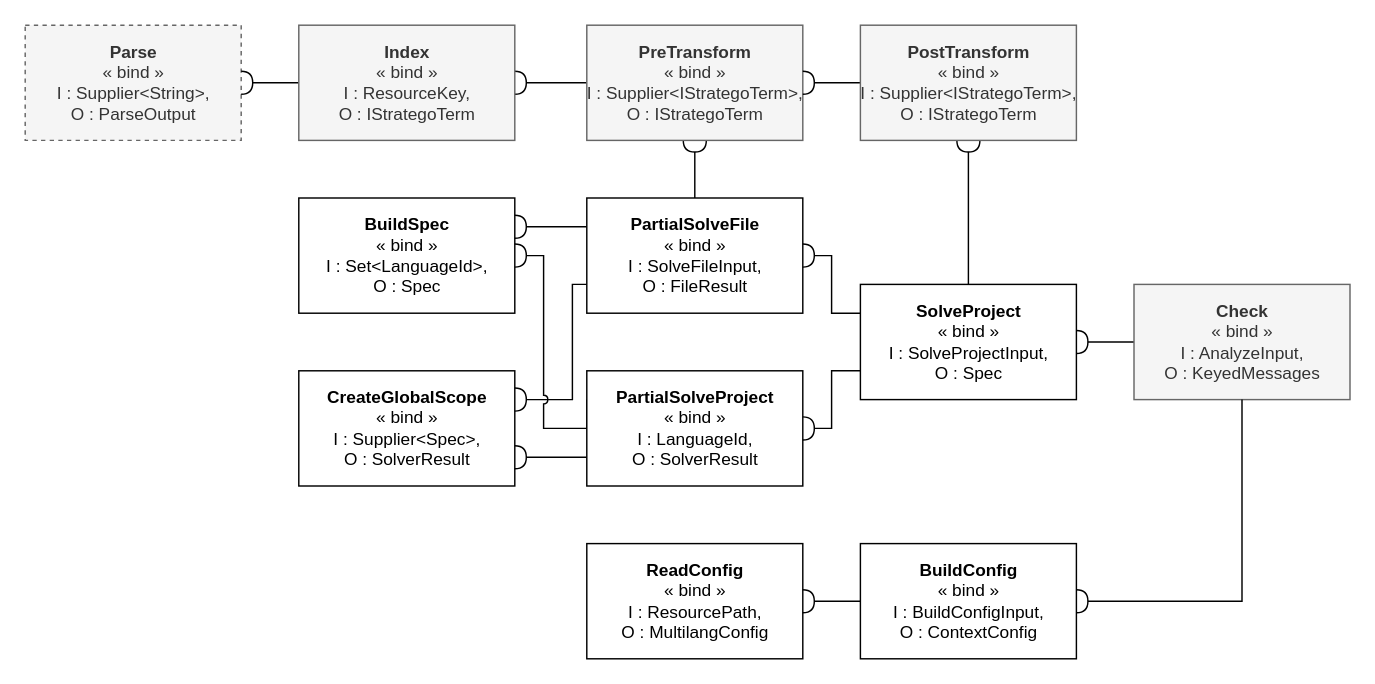
The draw.io diagram page "MLA Task Hierarchy" (16 of 19) of Spoofax3 Diagrams.drawio in AZWN/Spoofax-pie-diagrams, before the edit. Source tidied: cells renumbered, new cells numbered last; positions are measured from the earlier drawing's top-left corner, leaving out a move shared by most shapes. Both pictures are drawn from the tidied source at 144%, with x=0, y=0 at pixel (24, 24).
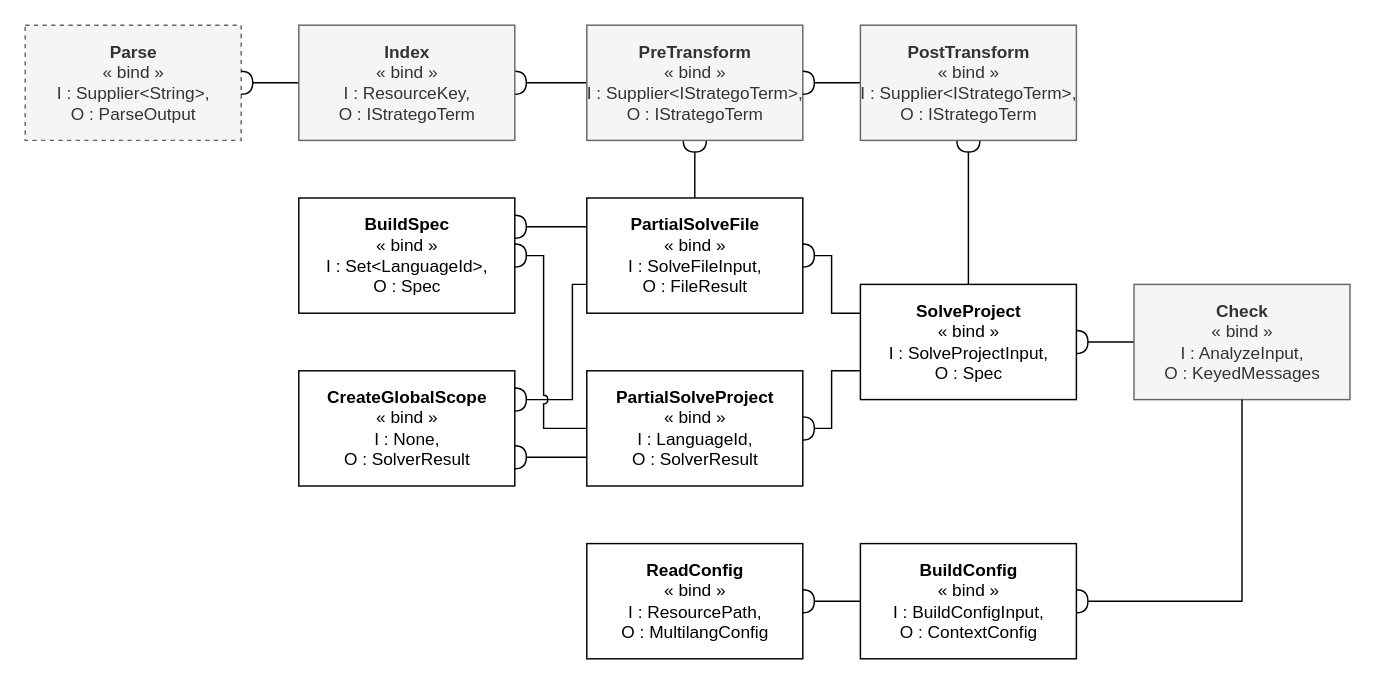
The same page after the edit.

Commit message:
Correct Global scope input

Diff of the diagram source:
```diff
@@
-    <mxCell id="5" value="&lt;b&gt;CreateGlobalScope&lt;/b&gt;&lt;br&gt;« bind »&lt;br&gt;I : Supplier&amp;lt;Spec&amp;gt;, &lt;br&gt;O : SolverResult" style="html=1;" parent="1" vertex="1">
+    <mxCell id="5" value="&lt;b&gt;CreateGlobalScope&lt;/b&gt;&lt;br&gt;« bind »&lt;br&gt;I : None, &lt;br&gt;O : SolverResult" style="html=1;" parent="1" vertex="1">
       <mxGeometry x="190" y="240" width="150" height="80" as="geometry" />
     </mxCell>
```
